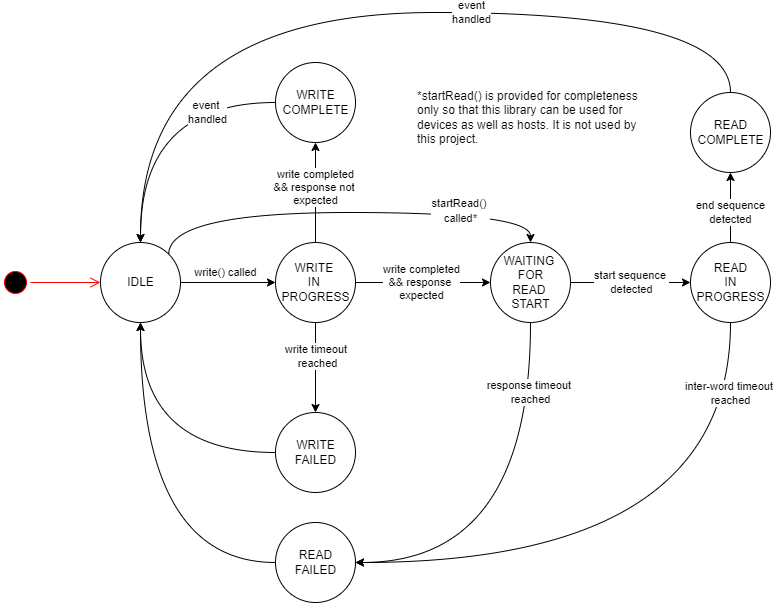
The draw.io diagram images/MapleBus_Class_State_Machine.png in OrangeFox86/DreamcastControllerUsbPico, before a commit. Source tidied: cells renumbered, new cells last; positions are measured from the earlier drawing's top-left corner, leaving out a move shared by most shapes.
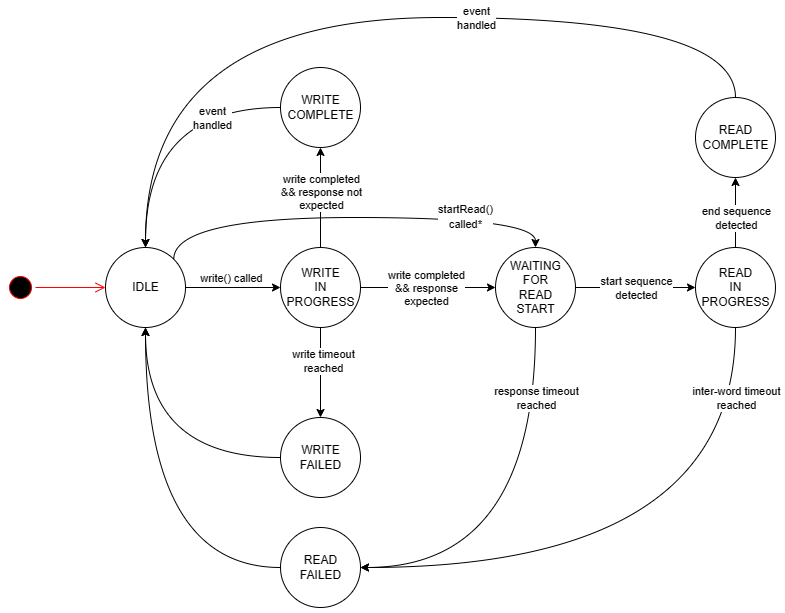
Above is the later version.

Commit message:
59: Setup sotrage for standard formatted drive

What changed in the source:
```diff
@@ -138,8 +138,5 @@
         <mxPoint x="74" as="offset" />
       </mxGeometry>
     </mxCell>
-    <mxCell id="36" value="*startRead() is provided for completeness only so that this library can be used for devices as well as hosts. It is not used by this project." style="text;html=1;strokeColor=none;fillColor=none;align=left;verticalAlign=middle;whiteSpace=wrap;rounded=0;fontFamily=Helvetica;fontColor=#030303;" parent="1" vertex="1">
-      <mxGeometry x="415" y="70" width="230" height="70" as="geometry" />
-    </mxCell>
   </root>
 </mxGraphModel>
```
